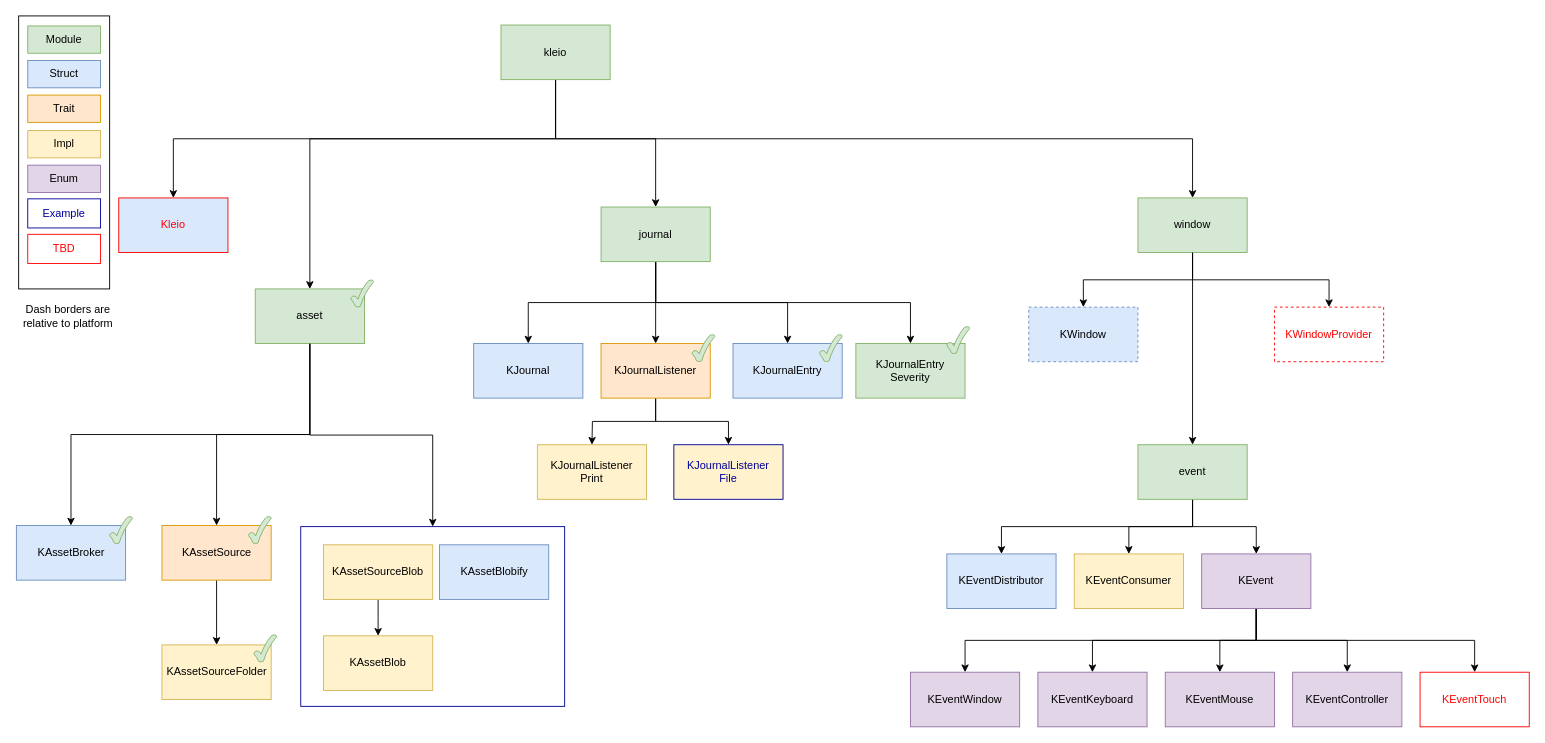
NickelAngeStudio/kleio keeps this draw.io diagram as diagram/kleio.drawio. Above is the earlier version. Source tidied: cells renumbered, new cells numbered last; positions are measured from the earlier drawing's top-left corner, leaving out a move shared by most shapes. Both pictures are drawn from the tidied source at 91%, with x=0, y=0 at pixel (16, 15).
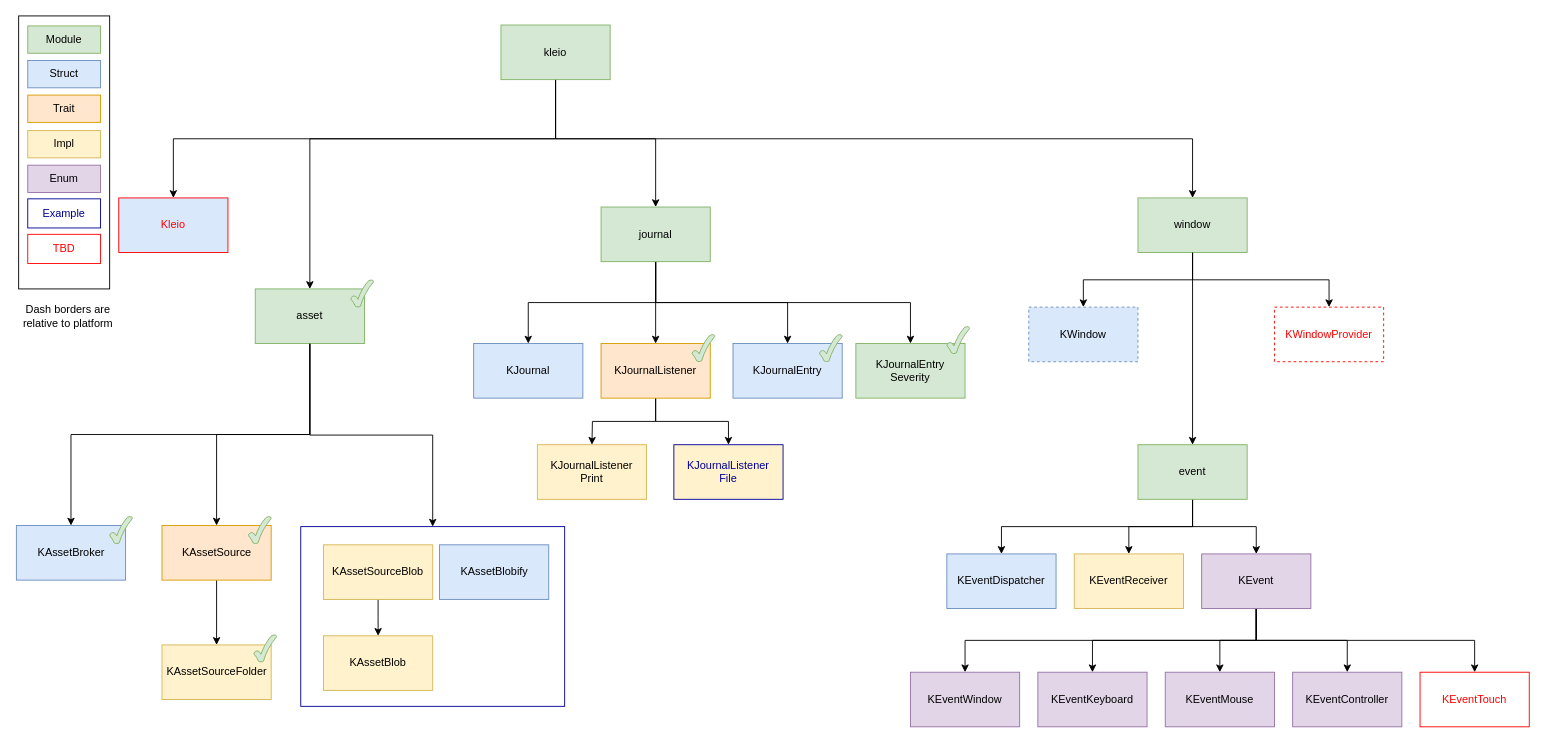
The same diagram, later.

Change to the diagram source:
```diff
@@
-    <mxCell id="31" value="KEventDistributor" style="rounded=0;whiteSpace=wrap;html=1;fillColor=#dae8fc;strokeColor=#6c8ebf;" parent="1" vertex="1">
+    <mxCell id="31" value="KEventDispatcher" style="rounded=0;whiteSpace=wrap;html=1;fillColor=#dae8fc;strokeColor=#6c8ebf;" parent="1" vertex="1">
       <mxGeometry x="1022" y="591.2" width="120" height="60" as="geometry" />
     </mxCell>
@@
-    <mxCell id="73" value="KEventConsumer" style="rounded=0;whiteSpace=wrap;html=1;fillColor=#fff2cc;strokeColor=#d6b656;" parent="1" vertex="1">
+    <mxCell id="73" value="KEventReceiver" style="rounded=0;whiteSpace=wrap;html=1;fillColor=#fff2cc;strokeColor=#d6b656;" parent="1" vertex="1">
       <mxGeometry x="1162" y="591.2" width="120" height="60" as="geometry" />
     </mxCell>
```
